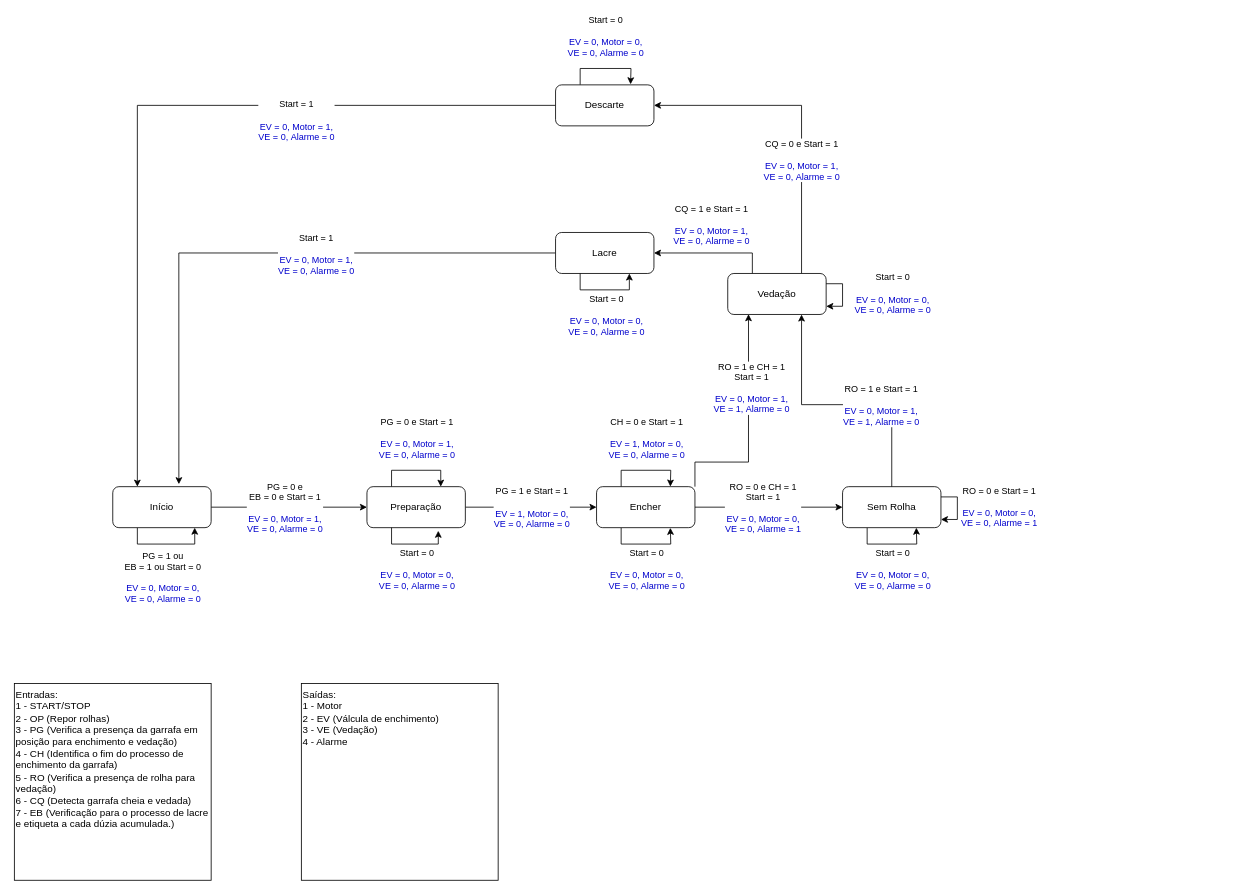
The draw.io diagram documentacao/pbl.drawio in jnaraujo/tec498_2023_2_projeto_03, before the edit. Source tidied: cells renumbered, new cells numbered last; positions are measured from the earlier drawing's top-left corner, leaving out a move shared by most shapes. Both pictures are drawn from the tidied source at 82%, with x=0, y=0 at pixel (14, 84).
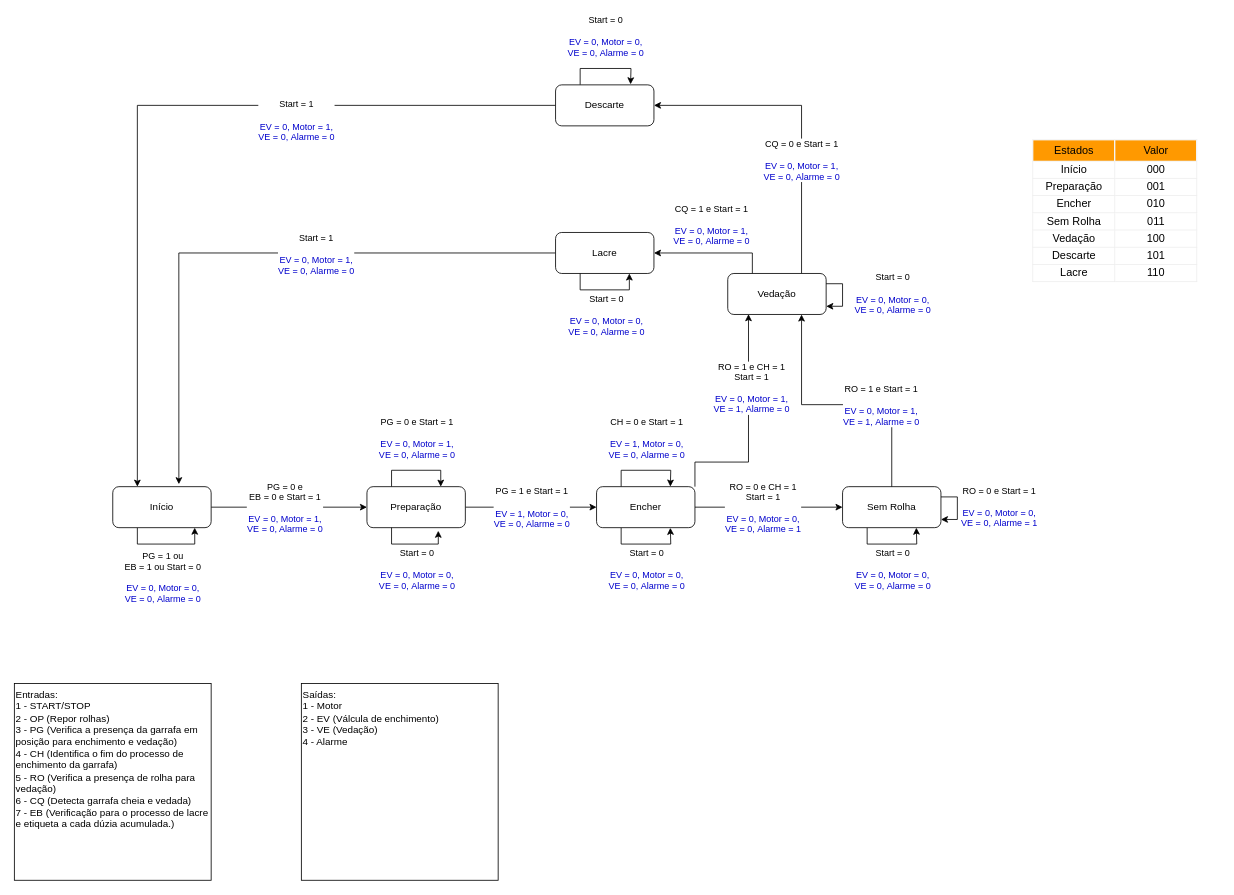
Above is the later version.

Commit message:
feat: update fsm diagram

Change to the diagram source:
```diff
@@
+    <mxCell id="49" value="&lt;table xmlns=&quot;http://www.w3.org/1999/xhtml&quot; cellspacing=&quot;0&quot; cellpadding=&quot;0&quot; dir=&quot;ltr&quot; border=&quot;1&quot; style=&quot;table-layout:fixed;font-size:10pt;font-family:Arial;width:0px;border-collapse:collapse;border:none&quot;&gt;&lt;colgroup&gt;&lt;col width=&quot;100&quot;&gt;&lt;col width=&quot;100&quot;&gt;&lt;/colgroup&gt;&lt;tbody&gt;&lt;tr style=&quot;height:26px;&quot;&gt;&lt;td style=&quot;overflow:hidden;padding:2px 3px 2px 3px;vertical-align:middle;background-color:#ff9900;text-align:center;&quot;&gt;Estados&lt;/td&gt;&lt;td style=&quot;overflow:hidden;padding:2px 3px 2px 3px;vertical-align:middle;background-color:#ff9900;text-align:center;&quot;&gt;Valor&lt;/td&gt;&lt;/tr&gt;&lt;tr style=&quot;height:21px;&quot;&gt;&lt;td style=&quot;overflow:hidden;padding:2px 3px 2px 3px;vertical-align:middle;text-align:center;&quot;&gt;Início&lt;/td&gt;&lt;td style=&quot;overflow:hidden;padding:2px 3px 2px 3px;vertical-align:middle;text-align:center;&quot;&gt;000&lt;/td&gt;&lt;/tr&gt;&lt;tr style=&quot;height:21px;&quot;&gt;&lt;td style=&quot;overflow:hidden;padding:2px 3px 2px 3px;vertical-align:middle;text-align:center;&quot;&gt;Preparação&lt;/td&gt;&lt;td style=&quot;overflow:hidden;padding:2px 3px 2px 3px;vertical-align:middle;text-align:center;&quot;&gt;001&lt;/td&gt;&lt;/tr&gt;&lt;tr style=&quot;height:21px;&quot;&gt;&lt;td style=&quot;overflow:hidden;padding:2px 3px 2px 3px;vertical-align:middle;text-align:center;&quot;&gt;Encher&lt;/td&gt;&lt;td style=&quot;overflow:hidden;padding:2px 3px 2px 3px;vertical-align:middle;text-align:center;&quot;&gt;010&lt;/td&gt;&lt;/tr&gt;&lt;tr style=&quot;height:21px;&quot;&gt;&lt;td style=&quot;overflow:hidden;padding:2px 3px 2px 3px;vertical-align:middle;text-align:center;&quot;&gt;Sem Rolha&lt;/td&gt;&lt;td style=&quot;overflow:hidden;padding:2px 3px 2px 3px;vertical-align:middle;text-align:center;&quot;&gt;011&lt;/td&gt;&lt;/tr&gt;&lt;tr style=&quot;height:21px;&quot;&gt;&lt;td style=&quot;overflow:hidden;padding:2px 3px 2px 3px;vertical-align:middle;text-align:center;&quot;&gt;Vedação&lt;/td&gt;&lt;td style=&quot;overflow:hidden;padding:2px 3px 2px 3px;vertical-align:middle;text-align:center;&quot;&gt;100&lt;/td&gt;&lt;/tr&gt;&lt;tr style=&quot;height:21px;&quot;&gt;&lt;td style=&quot;overflow:hidden;padding:2px 3px 2px 3px;vertical-align:middle;text-align:center;&quot;&gt;Descarte&lt;/td&gt;&lt;td style=&quot;overflow:hidden;padding:2px 3px 2px 3px;vertical-align:middle;text-align:center;&quot;&gt;101&lt;/td&gt;&lt;/tr&gt;&lt;tr style=&quot;height:21px;&quot;&gt;&lt;td style=&quot;overflow:hidden;padding:2px 3px 2px 3px;vertical-align:bottom;text-align:center;&quot;&gt;Lacre&lt;/td&gt;&lt;td style=&quot;overflow:hidden;padding:2px 3px 2px 3px;vertical-align:bottom;text-align:center;&quot;&gt;110&lt;/td&gt;&lt;/tr&gt;&lt;/tbody&gt;&lt;/table&gt;" style="text;whiteSpace=wrap;html=1;" parent="1" vertex="1">
+      <mxGeometry x="1240" y="61" width="230" height="200" as="geometry" />
+    </mxCell>
```
